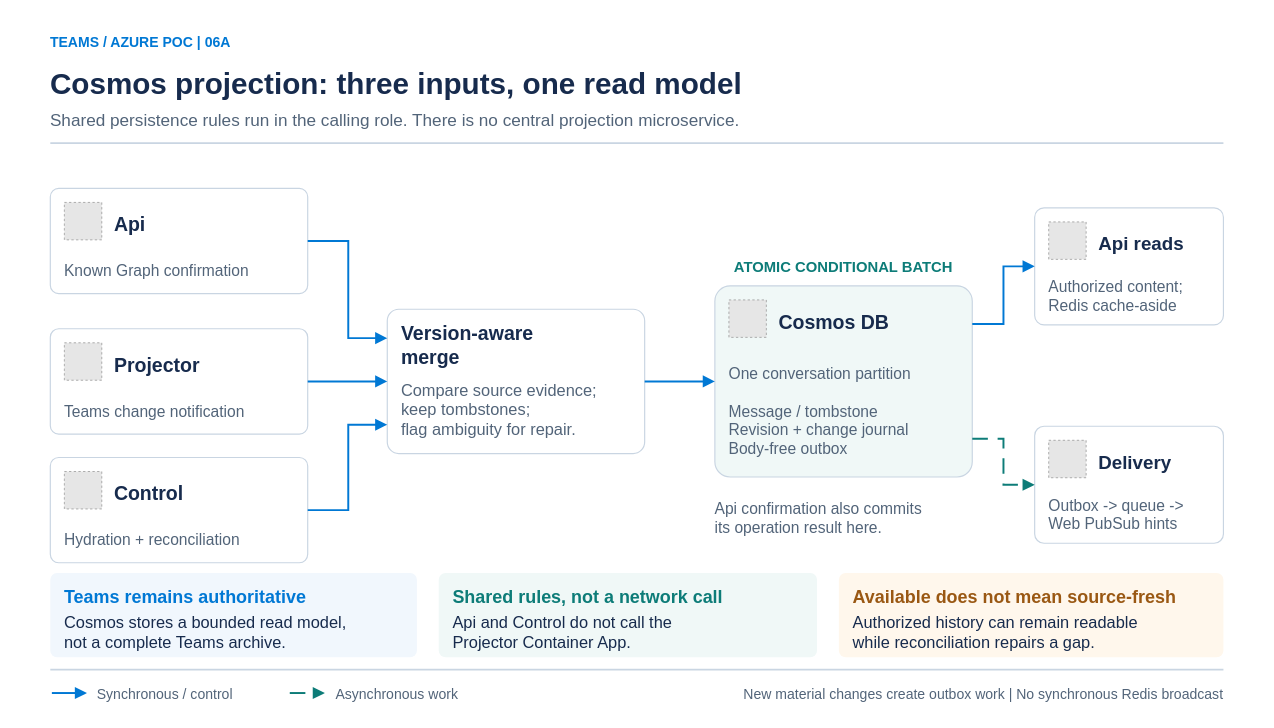
Above: docs/architecture/diagrams/projection-flow.drawio in rmoreirao/ms-teams-custom-app (draw.io), before the change. Source tidied: cells renumbered, new cells numbered last; positions are measured from the earlier drawing's top-left corner, leaving out a move shared by most shapes. Both pictures are drawn from the tidied source at 78%, with x=0, y=0 at pixel (12, 12). Pictures stored in the file or linked from it are replaced by grey dashed boxes.
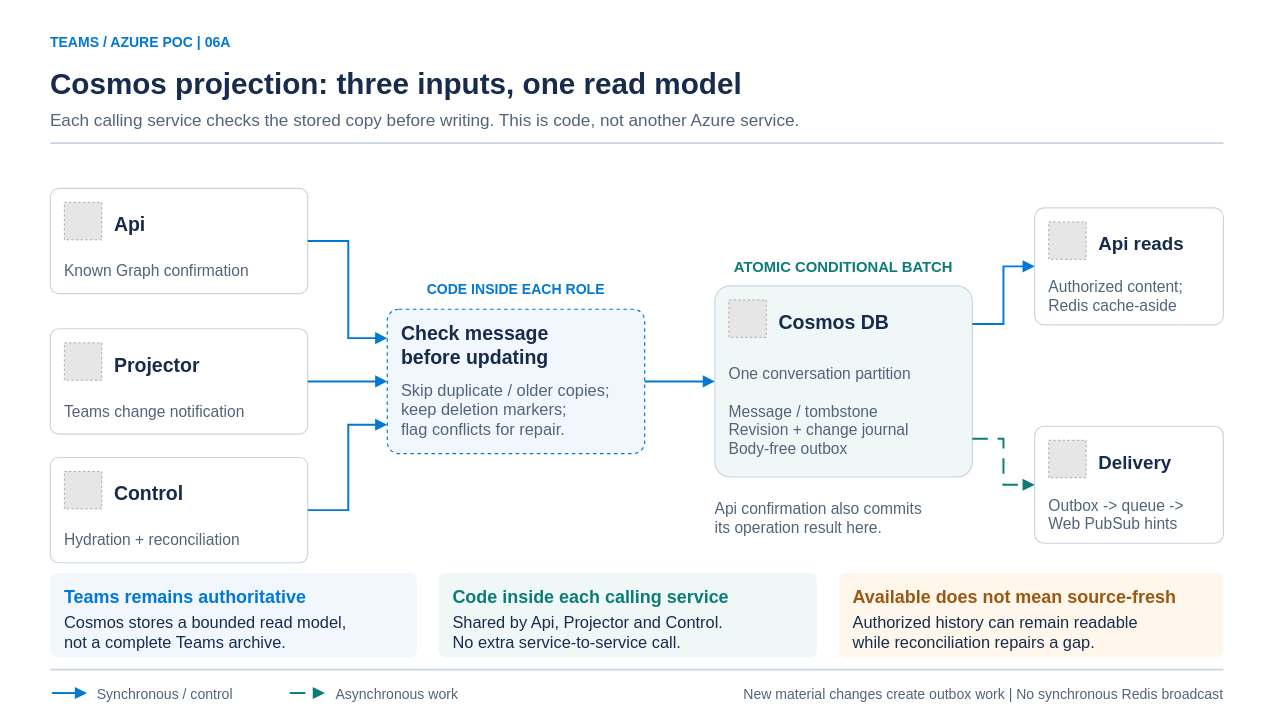
The same page after the edit.

Commit message (it also covers changes not shown here):
Refactor code structure for improved readability and maintainability

Unchanged cells that the change refers to:
```xml
<mxCell id="45" style="rounded=1;arcSize=8;whiteSpace=wrap;html=0;fillColor=#F0F8F7;strokeColor=none;strokeWidth=1.5;dashed=0;" parent="1" vertex="1">
  <mxGeometry x="546" y="718" width="485" height="108" as="geometry" />
</mxCell>
```

What changed in the source:
```diff
@@
-    <mxCell id="5" value="Shared persistence rules run in the calling role. There is no central projection microservice." style="text;html=0;whiteSpace=nowrap;overflow=visible;align=left;verticalAlign=middle;fontFamily=Arial;fontSize=22;fontColor=#526479;fontStyle=0;spacing=0;strokeColor=none;fillColor=none;" parent="1" vertex="1">
+    <mxCell id="5" value="Each calling service checks the stored copy before writing. This is code, not another Azure service." style="text;html=0;whiteSpace=nowrap;overflow=visible;align=left;verticalAlign=middle;fontFamily=Arial;fontSize=22;fontColor=#526479;fontStyle=0;spacing=0;strokeColor=none;fillColor=none;" parent="1" vertex="1">
       <mxGeometry x="48" y="118" width="1500" height="35" as="geometry" />
     </mxCell>
@@
+    <mxCell id="57" value="CODE INSIDE EACH ROLE" style="text;html=0;whiteSpace=nowrap;overflow=visible;align=center;verticalAlign=middle;fontFamily=Arial;fontSize=18;fontColor=#0078D4;fontStyle=1;spacing=0;strokeColor=none;fillColor=none;" parent="1" vertex="1">
+      <mxGeometry x="480" y="339" width="330" height="28" as="geometry" />
+    </mxCell>
-    <mxCell id="19" style="rounded=1;arcSize=8;whiteSpace=wrap;html=0;fillColor=#FFFFFF;strokeColor=#C9D5E2;strokeWidth=1.5;dashed=0;" parent="1" vertex="1">
+    <mxCell id="19" style="rounded=1;arcSize=8;whiteSpace=wrap;html=0;fillColor=#F1F7FD;strokeColor=#0078D4;strokeWidth=1.5;dashed=1;" parent="1" vertex="1">
       <mxGeometry x="480" y="380" width="330" height="185" as="geometry" />
     </mxCell>
-    <mxCell id="20" value="Version-aware&#10;merge" style="text;html=0;whiteSpace=nowrap;overflow=visible;align=left;verticalAlign=middle;fontFamily=Arial;fontSize=25;fontColor=#172B4D;fontStyle=1;spacing=0;strokeColor=none;fillColor=none;" parent="19" vertex="1">
+    <mxCell id="20" value="Check message&#10;before updating" style="text;html=0;whiteSpace=nowrap;overflow=visible;align=left;verticalAlign=middle;fontFamily=Arial;fontSize=25;fontColor=#172B4D;fontStyle=1;spacing=0;strokeColor=none;fillColor=none;" parent="19" vertex="1">
       <mxGeometry x="18" y="16" width="294" height="56" as="geometry" />
     </mxCell>
-    <mxCell id="21" value="Compare source evidence;&#10;keep tombstones;&#10;flag ambiguity for repair." style="text;html=0;whiteSpace=nowrap;overflow=visible;align=left;verticalAlign=middle;fontFamily=Arial;fontSize=21;fontColor=#526479;fontStyle=0;spacing=0;strokeColor=none;fillColor=none;" parent="19" vertex="1">
+    <mxCell id="21" value="Skip duplicate / older copies;&#10;keep deletion markers;&#10;flag conflicts for repair." style="text;html=0;whiteSpace=nowrap;overflow=visible;align=left;verticalAlign=middle;fontFamily=Arial;fontSize=21;fontColor=#526479;fontStyle=0;spacing=0;strokeColor=none;fillColor=none;" parent="19" vertex="1">
       <mxGeometry x="18" y="82" width="294" height="90" as="geometry" />
     </mxCell>
@@
-    <mxCell id="46" value="Shared rules, not a network call" style="text;html=0;whiteSpace=nowrap;overflow=visible;align=left;verticalAlign=middle;fontFamily=Arial;fontSize=23;fontColor=#0D7C78;fontStyle=1;spacing=0;strokeColor=none;fillColor=none;" parent="45" vertex="1">
+    <mxCell id="46" value="Code inside each calling service" style="text;html=0;whiteSpace=nowrap;overflow=visible;align=left;verticalAlign=middle;fontFamily=Arial;fontSize=23;fontColor=#0D7C78;fontStyle=1;spacing=0;strokeColor=none;fillColor=none;" parent="45" vertex="1">
       <mxGeometry x="18" y="14" width="449" height="28" as="geometry" />
     </mxCell>
-    <mxCell id="47" value="Api and Control do not call the&#10;Projector Container App." style="text;html=0;whiteSpace=nowrap;overflow=visible;align=left;verticalAlign=middle;fontFamily=Arial;fontSize=21;fontColor=#172B4D;fontStyle=0;spacing=0;strokeColor=none;fillColor=none;" parent="45" vertex="1">
+    <mxCell id="47" value="Shared by Api, Projector and Control.&#10;No extra service-to-service call." style="text;html=0;whiteSpace=nowrap;overflow=visible;align=left;verticalAlign=middle;fontFamily=Arial;fontSize=21;fontColor=#172B4D;fontStyle=0;spacing=0;strokeColor=none;fillColor=none;" parent="45" vertex="1">
       <mxGeometry x="18" y="51" width="449" height="47" as="geometry" />
     </mxCell>
```
